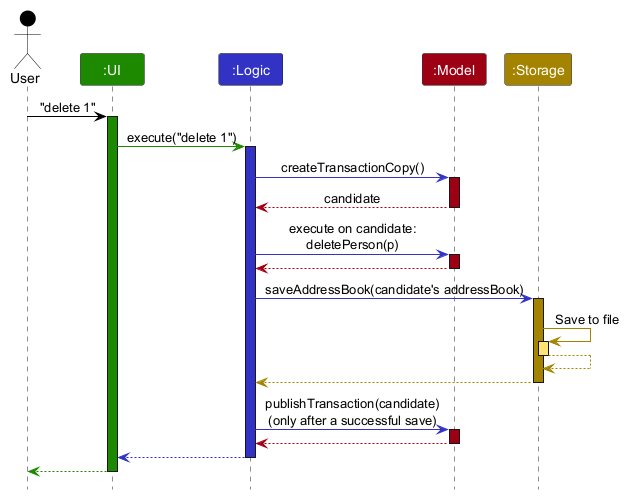
The PlantUML diagram docs/images/ArchitectureSequenceDiagram.png in AY2627S1-CS2103T-F08-1/tp, before a commit. Source of this version:
```plantuml
@startuml
!include style.puml
skinparam ArrowFontStyle plain

Actor User as user USER_COLOR
Participant ":UI" as ui UI_COLOR
Participant ":Logic" as logic LOGIC_COLOR
Participant ":Model" as model MODEL_COLOR
Participant ":Storage" as storage STORAGE_COLOR

user -[USER_COLOR]> ui : "delete 1"
activate ui UI_COLOR

ui -[UI_COLOR]> logic : execute("delete 1")
activate logic LOGIC_COLOR

logic -[LOGIC_COLOR]> model : createTransactionCopy()
activate model MODEL_COLOR

model -[MODEL_COLOR]-> logic : candidate
deactivate model

logic -[LOGIC_COLOR]> model : execute on candidate:\ndeletePerson(p)
activate model MODEL_COLOR

model -[MODEL_COLOR]-> logic
deactivate model

logic -[LOGIC_COLOR]> storage : saveAddressBook(candidate's addressBook)
activate storage STORAGE_COLOR

storage -[STORAGE_COLOR]> storage : Save to file
activate storage STORAGE_COLOR_T1
storage --[STORAGE_COLOR]> storage
deactivate storage

storage --[STORAGE_COLOR]> logic
deactivate storage

logic -[LOGIC_COLOR]> model : publishTransaction(candidate)\n(only after a successful save)
activate model MODEL_COLOR

model -[MODEL_COLOR]-> logic
deactivate model

logic --[LOGIC_COLOR]> ui
deactivate logic

ui--[UI_COLOR]> user
deactivate ui
@enduml
```
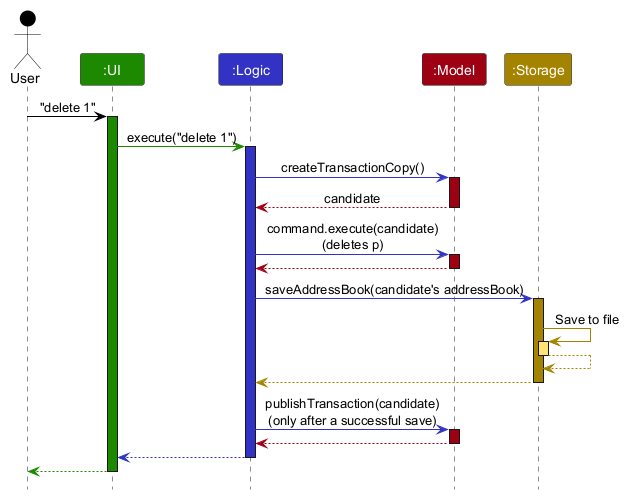
Later version of the same file.

Commit message:
docs(dg): show the candidate copy and publish step in find/list, and clarify the Logic steps

Diff of the diagram source:
```diff
@@ -20,7 +20,7 @@
 model -[MODEL_COLOR]-> logic : candidate
 deactivate model
 
-logic -[LOGIC_COLOR]> model : execute on candidate:\ndeletePerson(p)
+logic -[LOGIC_COLOR]> model : command.execute(candidate)\n(deletes p)
 activate model MODEL_COLOR
 
 model -[MODEL_COLOR]-> logic
```
